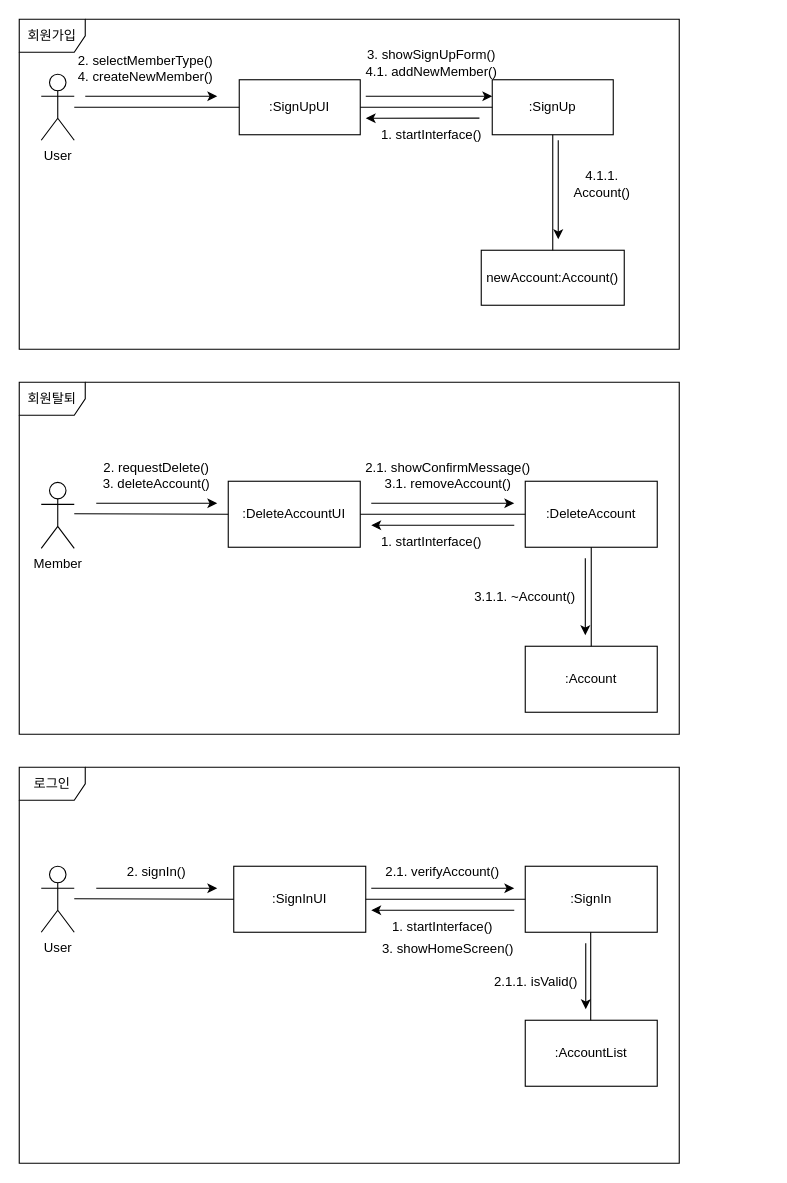
KimTaemin-Git/SE2 keeps this draw.io diagram as page "cd-1" (1 of 3) of user-auth/user-auth-diagram.drawio. Above is the earlier version. Source tidied: cells renumbered, new cells numbered last; positions are measured from the earlier drawing's top-left corner, leaving out a move shared by most shapes. Both pictures are drawn from the tidied source at 110%, with x=0, y=0 at pixel (19, 19).
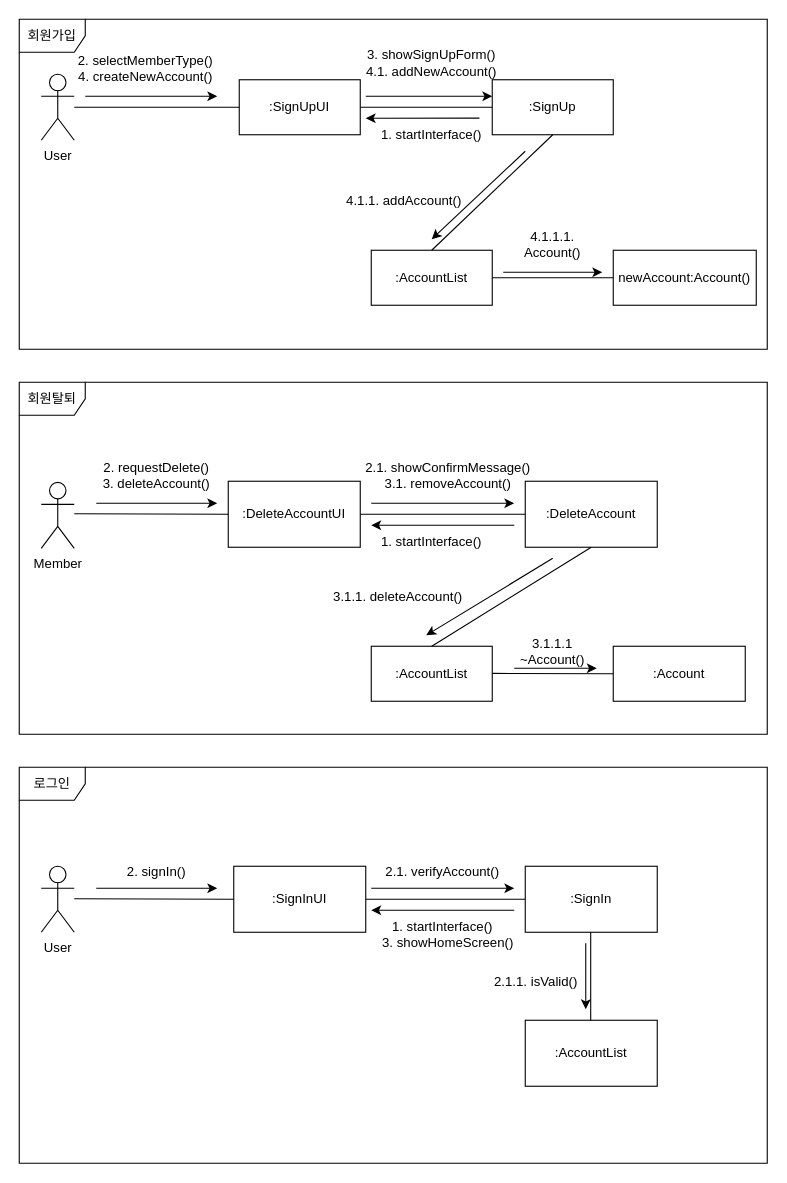
The same diagram, later.

The change refers to these unchanged cells:
```xml
<mxCell id="13" value=":SignUp" style="html=1;whiteSpace=wrap;" parent="1" vertex="1">
  <mxGeometry x="430" y="55" width="110" height="50" as="geometry" />
</mxCell>
<mxCell id="27" value=":DeleteAccount" style="rounded=0;whiteSpace=wrap;html=1;" parent="1" vertex="1">
  <mxGeometry x="460" y="420" width="120" height="60" as="geometry" />
</mxCell>
```

The edit, as a diff of the source:
```diff
@@
     <mxCell id="10" value="로그인" style="shape=umlFrame;whiteSpace=wrap;html=1;" parent="1" vertex="1">
-      <mxGeometry y="680" width="600" height="360" as="geometry" />
+      <mxGeometry y="680" width="680" height="360" as="geometry" />
     </mxCell>
@@
     <mxCell id="14" value="newAccount:Account()" style="html=1;whiteSpace=wrap;" parent="1" vertex="1">
-      <mxGeometry x="420" y="210" width="130" height="50" as="geometry" />
+      <mxGeometry x="540" y="210" width="130" height="50" as="geometry" />
     </mxCell>
@@
-    <mxCell id="17" style="endArrow=none;html=1;rounded=0;exitX=0.5;exitY=0;exitDx=0;exitDy=0;entryX=0.5;entryY=1;entryDx=0;entryDy=0;" parent="1" edge="1" source="14" target="13">
-      <mxGeometry relative="1" as="geometry" />
-    </mxCell>
@@
-    <mxCell id="20" style="endArrow=classic;html=1;rounded=0;" parent="1" edge="1">
-      <mxGeometry relative="1" as="geometry">
-        <mxPoint x="490" y="110" as="sourcePoint" />
-        <mxPoint x="490" y="200" as="targetPoint" />
-      </mxGeometry>
-    </mxCell>
-    <mxCell id="21" value="2. selectMemberType()&lt;br&gt;4. createNewMember()" style="text;html=1;strokeColor=none;fillColor=none;align=center;verticalAlign=middle;whiteSpace=wrap;rounded=0;" parent="1" vertex="1">
+    <mxCell id="21" value="2. selectMemberType()&lt;br&gt;4. createNewAccount()" style="text;html=1;strokeColor=none;fillColor=none;align=center;verticalAlign=middle;whiteSpace=wrap;rounded=0;" parent="1" vertex="1">
       <mxGeometry x="50" y="30" width="130" height="30" as="geometry" />
     </mxCell>
-    <mxCell id="22" value="3. showSignUpForm()&lt;br&gt;4.1. addNewMember()" style="text;html=1;strokeColor=none;fillColor=none;align=center;verticalAlign=middle;whiteSpace=wrap;rounded=0;" parent="1" vertex="1">
+    <mxCell id="22" value="3. showSignUpForm()&lt;br&gt;4.1. addNewAccount()" style="text;html=1;strokeColor=none;fillColor=none;align=center;verticalAlign=middle;whiteSpace=wrap;rounded=0;" parent="1" vertex="1">
       <mxGeometry x="285" y="25" width="180" height="30" as="geometry" />
     </mxCell>
-    <mxCell id="23" value="4.1.1. Account()" style="text;html=1;strokeColor=none;fillColor=none;align=center;verticalAlign=middle;whiteSpace=wrap;rounded=0;" parent="1" vertex="1">
-      <mxGeometry x="500" y="135" width="60" height="30" as="geometry" />
+    <mxCell id="23" value="4.1.1.1. Account()" style="text;html=1;strokeColor=none;fillColor=none;align=center;verticalAlign=middle;whiteSpace=wrap;rounded=0;" parent="1" vertex="1">
+      <mxGeometry x="455" y="190" width="60" height="30" as="geometry" />
     </mxCell>
     <mxCell id="24" value="회원가입" style="shape=umlFrame;whiteSpace=wrap;html=1;" parent="1" vertex="1">
-      <mxGeometry width="600" height="300" as="geometry" />
+      <mxGeometry width="680" height="300" as="geometry" />
     </mxCell>
@@
     <mxCell id="28" value=":Account" style="rounded=0;whiteSpace=wrap;html=1;" parent="1" vertex="1">
-      <mxGeometry x="460" y="570" width="120" height="60" as="geometry" />
+      <mxGeometry x="540" y="570" width="120" height="50" as="geometry" />
     </mxCell>
@@
-    <mxCell id="31" style="endArrow=none;html=1;rounded=0;exitX=0.5;exitY=0;exitDx=0;exitDy=0;entryX=0.5;entryY=1;entryDx=0;entryDy=0;" parent="1" edge="1" source="28" target="27">
-      <mxGeometry relative="1" as="geometry" />
-    </mxCell>
@@
     <mxCell id="35" style="endArrow=classic;html=1;rounded=0;" parent="1" edge="1">
       <mxGeometry relative="1" as="geometry">
-        <mxPoint x="514.6" y="490" as="sourcePoint" />
-        <mxPoint x="514.6" y="560" as="targetPoint" />
+        <mxPoint x="450" y="590" as="sourcePoint" />
+        <mxPoint x="525" y="590" as="targetPoint" />
       </mxGeometry>
     </mxCell>
     <mxCell id="36" value="회원탈퇴" style="shape=umlFrame;whiteSpace=wrap;html=1;" parent="1" vertex="1">
-      <mxGeometry y="330" width="600" height="320" as="geometry" />
+      <mxGeometry y="330" width="680" height="320" as="geometry" />
     </mxCell>
@@
-    <mxCell id="39" value="3.1.1. ~Account()" style="text;html=1;strokeColor=none;fillColor=none;align=center;verticalAlign=middle;whiteSpace=wrap;rounded=0;" parent="1" vertex="1">
-      <mxGeometry x="410" y="510" width="100" height="30" as="geometry" />
+    <mxCell id="39" value="3.1.1.1 ~Account()" style="text;html=1;strokeColor=none;fillColor=none;align=center;verticalAlign=middle;whiteSpace=wrap;rounded=0;" parent="1" vertex="1">
+      <mxGeometry x="435" y="560" width="100" height="30" as="geometry" />
     </mxCell>
@@
     <mxCell id="42" value="3. showHomeScreen()" style="text;html=1;strokeColor=none;fillColor=none;align=center;verticalAlign=middle;whiteSpace=wrap;rounded=0;" parent="1" vertex="1">
-      <mxGeometry x="315" y="830" width="150" height="30" as="geometry" />
+      <mxGeometry x="315" y="830" width="150" height="20" as="geometry" />
     </mxCell>
@@
+    <mxCell id="51" value=":AccountList" style="html=1;whiteSpace=wrap;" parent="1" vertex="1">
+      <mxGeometry x="320" y="210" width="110" height="50" as="geometry" />
+    </mxCell>
+    <mxCell id="52" style="endArrow=classic;html=1;rounded=0;" parent="1" edge="1">
+      <mxGeometry relative="1" as="geometry">
+        <mxPoint x="460" y="120" as="sourcePoint" />
+        <mxPoint x="375" y="200" as="targetPoint" />
+      </mxGeometry>
+    </mxCell>
+    <mxCell id="53" style="endArrow=none;html=1;rounded=0;exitX=0.5;exitY=0;exitDx=0;exitDy=0;" parent="1" edge="1" source="51">
+      <mxGeometry relative="1" as="geometry">
+        <mxPoint x="485" y="105" as="targetPoint" />
+      </mxGeometry>
+    </mxCell>
+    <mxCell id="54" value="4.1.1. addAccount()" style="text;html=1;strokeColor=none;fillColor=none;align=center;verticalAlign=middle;whiteSpace=wrap;rounded=0;" parent="1" vertex="1">
+      <mxGeometry x="290" y="150" width="120" height="30" as="geometry" />
+    </mxCell>
+    <mxCell id="55" value=":AccountList" style="html=1;whiteSpace=wrap;" parent="1" vertex="1">
+      <mxGeometry x="320" y="570" width="110" height="50" as="geometry" />
+    </mxCell>
+    <mxCell id="56" style="endArrow=none;html=1;rounded=0;exitX=0.5;exitY=0;exitDx=0;exitDy=0;" parent="1" edge="1" source="55">
+      <mxGeometry relative="1" as="geometry">
+        <mxPoint x="520" y="480" as="targetPoint" />
+      </mxGeometry>
+    </mxCell>
+    <mxCell id="57" style="endArrow=classic;html=1;rounded=0;" parent="1" edge="1">
+      <mxGeometry relative="1" as="geometry">
+        <mxPoint x="485" y="490" as="sourcePoint" />
+        <mxPoint x="370" y="560" as="targetPoint" />
+      </mxGeometry>
+    </mxCell>
+    <mxCell id="58" value="3.1.1. deleteAccount()" style="text;html=1;strokeColor=none;fillColor=none;align=center;verticalAlign=middle;whiteSpace=wrap;rounded=0;" parent="1" vertex="1">
+      <mxGeometry x="282" y="510" width="125" height="30" as="geometry" />
+    </mxCell>
+    <mxCell id="59" style="endArrow=classic;html=1;rounded=0;exitX=1;exitY=0.5;exitDx=0;exitDy=0;" parent="1" edge="1">
+      <mxGeometry relative="1" as="geometry">
+        <mxPoint x="440" y="230" as="sourcePoint" />
+        <mxPoint x="530" y="230" as="targetPoint" />
+      </mxGeometry>
+    </mxCell>
+    <mxCell id="60" style="endArrow=none;html=1;rounded=0;exitX=1;exitY=0.5;exitDx=0;exitDy=0;entryX=0;entryY=0.5;entryDx=0;entryDy=0;" parent="1" edge="1" source="51" target="14">
+      <mxGeometry relative="1" as="geometry" />
+    </mxCell>
+    <mxCell id="61" style="endArrow=none;html=1;rounded=0;exitX=1;exitY=0.5;exitDx=0;exitDy=0;entryX=0;entryY=0.5;entryDx=0;entryDy=0;" parent="1" edge="1" target="28">
+      <mxGeometry relative="1" as="geometry">
+        <mxPoint x="430" y="594.7" as="sourcePoint" />
+      </mxGeometry>
+    </mxCell>
```
